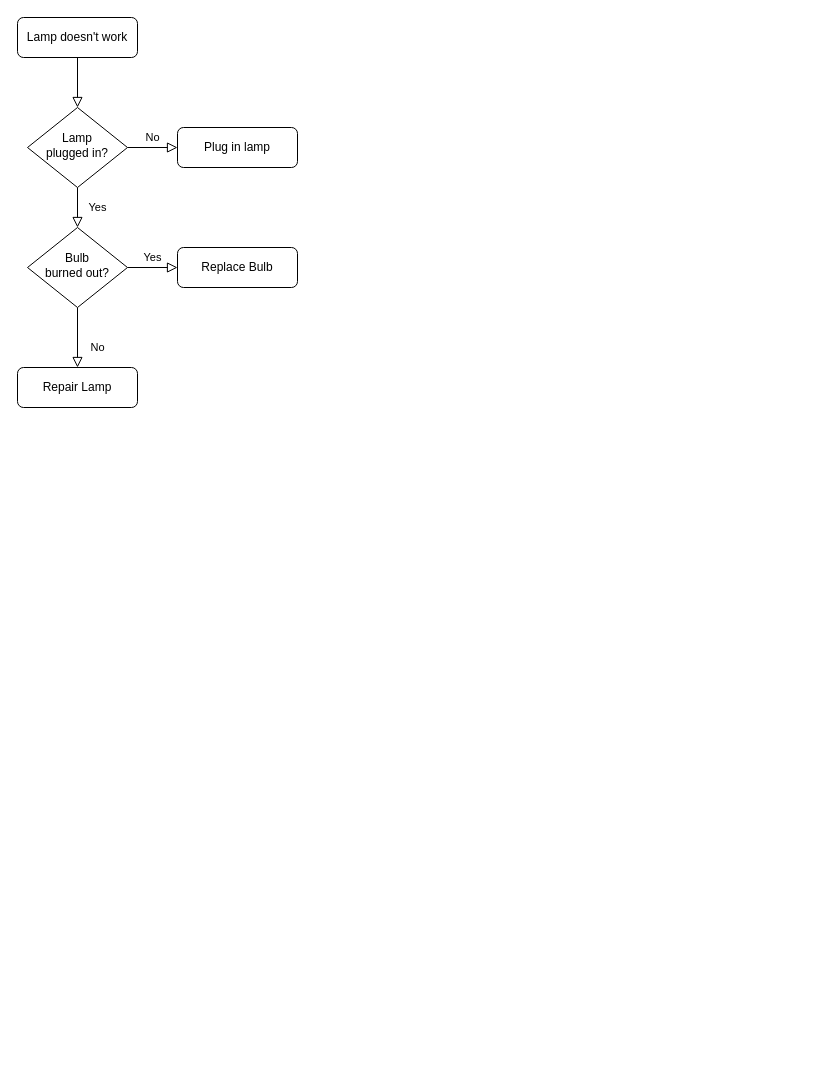
Earlier version of the draw.io diagram Başlıksız Diyagram.drawio (OdoOdeux/hepsiburadaproject). Source tidied: cells renumbered, new cells numbered last; positions are measured from the earlier drawing's top-left corner, leaving out a move shared by most shapes. Both pictures are drawn from the tidied source at 100%, with x=0, y=0 at pixel (17, 17).
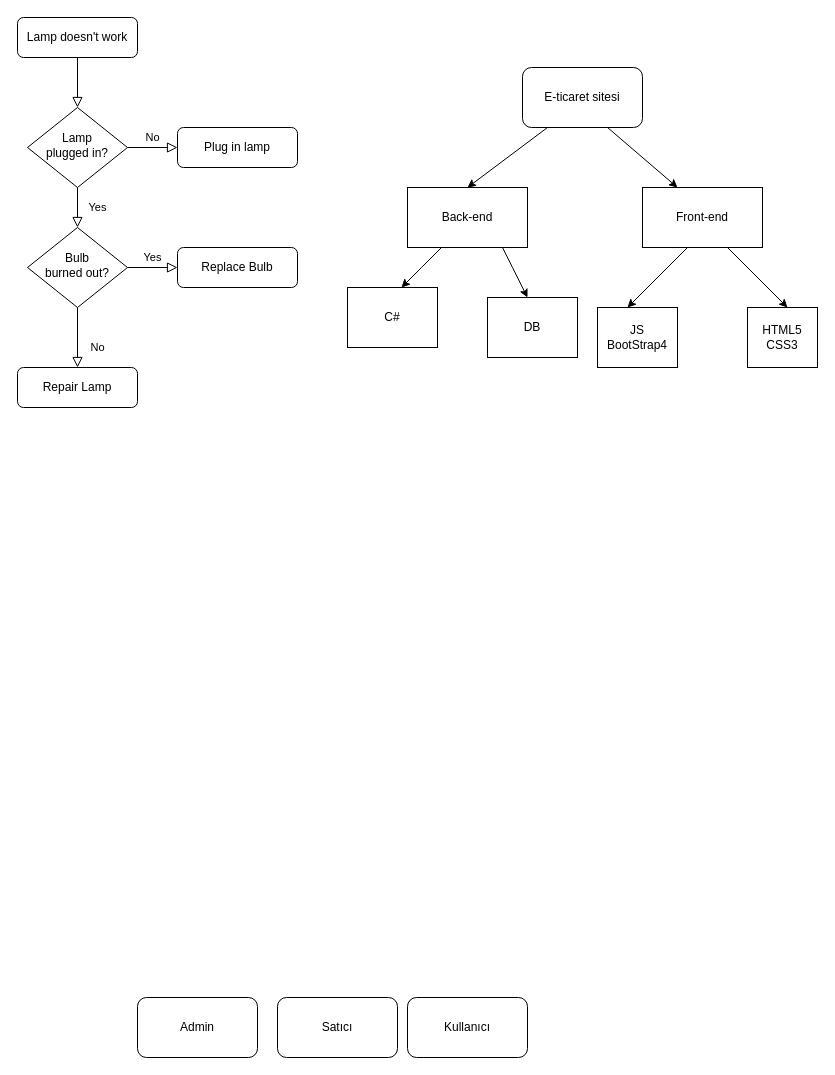
The same diagram, later.

Diff of the diagram source:
```diff
@@
+    <mxCell id="13" value="E-ticaret sitesi" style="rounded=1;whiteSpace=wrap;html=1;" parent="1" vertex="1">
+      <mxGeometry x="505" y="50" width="120" height="60" as="geometry" />
+    </mxCell>
+    <mxCell id="14" style="endArrow=classic;html=1;rounded=0;" parent="1" edge="1">
+      <mxGeometry relative="1" as="geometry">
+        <mxPoint x="530" y="110" as="sourcePoint" />
+        <mxPoint x="450" y="170" as="targetPoint" />
+      </mxGeometry>
+    </mxCell>
+    <mxCell id="15" style="endArrow=classic;html=1;rounded=0;" parent="1" edge="1">
+      <mxGeometry relative="1" as="geometry">
+        <mxPoint x="590" y="110" as="sourcePoint" />
+        <mxPoint x="660" y="170" as="targetPoint" />
+      </mxGeometry>
+    </mxCell>
+    <mxCell id="16" value="Kullanıcı" style="rounded=1;whiteSpace=wrap;html=1;" parent="1" vertex="1">
+      <mxGeometry x="390" y="980" width="120" height="60" as="geometry" />
+    </mxCell>
+    <mxCell id="17" value="Admin" style="rounded=1;whiteSpace=wrap;html=1;" parent="1" vertex="1">
+      <mxGeometry x="120" y="980" width="120" height="60" as="geometry" />
+    </mxCell>
+    <mxCell id="18" value="Satıcı" style="rounded=1;whiteSpace=wrap;html=1;" parent="1" vertex="1">
+      <mxGeometry x="260" y="980" width="120" height="60" as="geometry" />
+    </mxCell>
+    <mxCell id="19" value="Back-end" style="rounded=0;whiteSpace=wrap;html=1;" parent="1" vertex="1">
+      <mxGeometry x="390" y="170" width="120" height="60" as="geometry" />
+    </mxCell>
+    <mxCell id="20" value="Front-end" style="rounded=0;whiteSpace=wrap;html=1;" parent="1" vertex="1">
+      <mxGeometry x="625" y="170" width="120" height="60" as="geometry" />
+    </mxCell>
+    <mxCell id="21" style="endArrow=classic;html=1;rounded=0;" parent="1" edge="1">
+      <mxGeometry relative="1" as="geometry">
+        <mxPoint x="424" y="230" as="sourcePoint" />
+        <mxPoint x="384" y="270" as="targetPoint" />
+        <Array as="points">
+          <mxPoint x="404" y="250" />
+        </Array>
+      </mxGeometry>
+    </mxCell>
+    <mxCell id="22" style="endArrow=classic;html=1;rounded=0;" parent="1" edge="1">
+      <mxGeometry relative="1" as="geometry">
+        <mxPoint x="485" y="230" as="sourcePoint" />
+        <mxPoint x="510" y="280" as="targetPoint" />
+        <Array as="points">
+          <mxPoint x="495" y="250" />
+        </Array>
+      </mxGeometry>
+    </mxCell>
+    <mxCell id="23" value="C#" style="rounded=0;whiteSpace=wrap;html=1;" parent="1" vertex="1">
+      <mxGeometry x="330" y="270" width="90" height="60" as="geometry" />
+    </mxCell>
+    <mxCell id="24" value="DB" style="rounded=0;whiteSpace=wrap;html=1;" parent="1" vertex="1">
+      <mxGeometry x="470" y="280" width="90" height="60" as="geometry" />
+    </mxCell>
+    <mxCell id="25" style="endArrow=classic;html=1;rounded=0;" parent="1" edge="1">
+      <mxGeometry relative="1" as="geometry">
+        <mxPoint x="670" y="230" as="sourcePoint" />
+        <mxPoint x="610" y="290" as="targetPoint" />
+      </mxGeometry>
+    </mxCell>
+    <mxCell id="26" style="endArrow=classic;html=1;rounded=0;" parent="1" edge="1">
+      <mxGeometry relative="1" as="geometry">
+        <mxPoint x="710" y="230" as="sourcePoint" />
+        <mxPoint x="770" y="290" as="targetPoint" />
+      </mxGeometry>
+    </mxCell>
+    <mxCell id="27" value="JS&lt;br&gt;BootStrap4" style="rounded=0;whiteSpace=wrap;html=1;" parent="1" vertex="1">
+      <mxGeometry x="580" y="290" width="80" height="60" as="geometry" />
+    </mxCell>
+    <mxCell id="28" value="HTML5&lt;br&gt;CSS3" style="rounded=0;whiteSpace=wrap;html=1;" parent="1" vertex="1">
+      <mxGeometry x="730" y="290" width="70" height="60" as="geometry" />
+    </mxCell>
```
